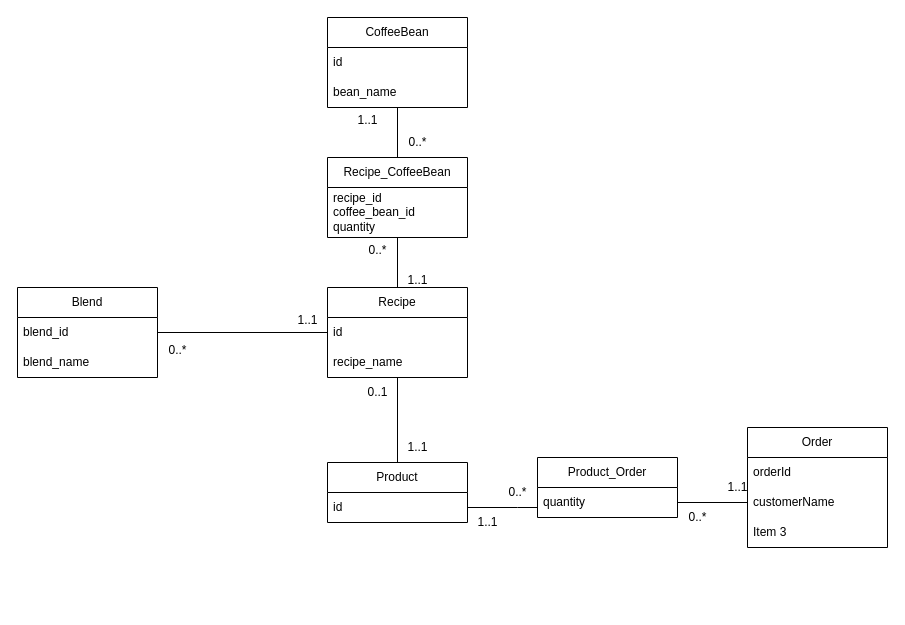
This is GlitchDatabase.drawio from Demnu/NewGlitchBackend, a draw.io file, before an edit. Source tidied: cells renumbered, new cells numbered last; positions are measured from the earlier drawing's top-left corner, leaving out a move shared by most shapes. Both pictures are drawn from the tidied source at 100%, with x=0, y=0 at pixel (17, 17).
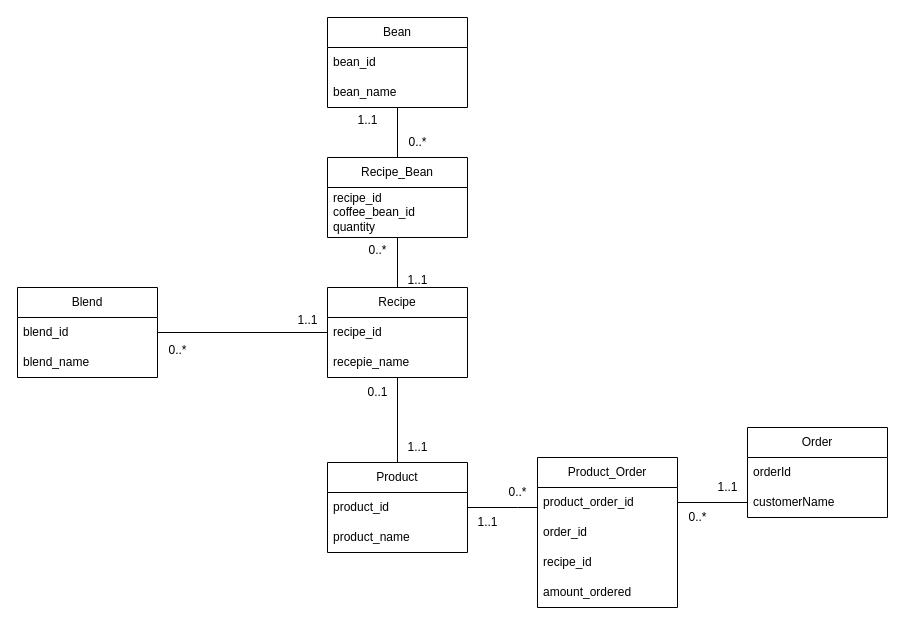
The same page after the edit.

Commit message:
update database diagram

The change refers to these unchanged cells:
```xml
<mxCell id="3" value="Recipe" style="swimlane;fontStyle=0;horizontal=1;startSize=30;whiteSpace=wrap;html=1;" parent="1" vertex="1">
  <mxGeometry x="310" y="270" width="140" height="90" as="geometry" />
</mxCell>
<mxCell id="17" value="customerName" style="text;strokeColor=none;fillColor=none;align=left;verticalAlign=middle;spacingLeft=4;spacingRight=4;overflow=hidden;points=[[0,0.5],[1,0.5]];portConstraint=eastwest;whiteSpace=wrap;html=1;" parent="15" vertex="1">
  <mxGeometry y="60" width="140" height="30" as="geometry" />
</mxCell>
<mxCell id="24" value="Blend" style="swimlane;fontStyle=0;horizontal=1;startSize=30;whiteSpace=wrap;html=1;" parent="1" vertex="1">
  <mxGeometry y="270" width="140" height="90" as="geometry" />
</mxCell>
```

Change to the diagram source:
```diff
@@
-    <mxCell id="4" value="id" style="text;strokeColor=none;fillColor=none;align=left;verticalAlign=middle;spacingLeft=4;spacingRight=4;overflow=hidden;points=[[0,0.5],[1,0.5]];portConstraint=eastwest;whiteSpace=wrap;html=1;" parent="3" vertex="1">
-      <mxGeometry y="30" width="140" height="30" as="geometry" />
-    </mxCell>
-    <mxCell id="5" value="recipe_name" style="text;strokeColor=none;fillColor=none;align=left;verticalAlign=middle;spacingLeft=4;spacingRight=4;overflow=hidden;whiteSpace=wrap;html=1;" parent="3" vertex="1">
-      <mxGeometry y="60" width="140" height="30" as="geometry" />
-    </mxCell>
-    <mxCell id="6" style="edgeStyle=orthogonalEdgeStyle;rounded=0;jettySize=auto;html=1;entryX=0.5;entryY=0;entryDx=0;entryDy=0;endArrow=none;endFill=0;" parent="1" edge="1" source="7" target="11">
-      <mxGeometry relative="1" as="geometry" />
-    </mxCell>
-    <mxCell id="7" value="CoffeeBean" style="swimlane;fontStyle=0;horizontal=1;startSize=30;whiteSpace=wrap;html=1;" parent="1" vertex="1">
-      <mxGeometry x="310" width="140" height="90" as="geometry" />
-    </mxCell>
-    <mxCell id="8" value="id" style="text;strokeColor=none;fillColor=none;align=left;verticalAlign=middle;spacingLeft=4;spacingRight=4;overflow=hidden;whiteSpace=wrap;html=1;" parent="7" vertex="1">
-      <mxGeometry y="30" width="140" height="30" as="geometry" />
-    </mxCell>
+    <mxCell id="39" value="recipe_id" style="text;strokeColor=none;fillColor=none;align=left;verticalAlign=middle;spacingLeft=4;spacingRight=4;overflow=hidden;points=[[0,0.5],[1,0.5]];portConstraint=eastwest;whiteSpace=wrap;html=1;" parent="3" vertex="1">
+      <mxGeometry y="30" width="140" height="30" as="geometry" />
+    </mxCell>
+    <mxCell id="40" value="recepie_name" style="text;strokeColor=none;fillColor=none;align=left;verticalAlign=middle;spacingLeft=4;spacingRight=4;overflow=hidden;whiteSpace=wrap;html=1;" parent="3" vertex="1">
+      <mxGeometry y="60" width="140" height="30" as="geometry" />
+    </mxCell>
+    <mxCell id="41" style="edgeStyle=orthogonalEdgeStyle;rounded=0;jettySize=auto;html=1;entryX=0.5;entryY=0;entryDx=0;entryDy=0;endArrow=none;endFill=0;" parent="1" edge="1" source="42" target="45">
+      <mxGeometry relative="1" as="geometry" />
+    </mxCell>
+    <mxCell id="42" value="Bean" style="swimlane;fontStyle=0;horizontal=1;startSize=30;whiteSpace=wrap;html=1;" parent="1" vertex="1">
+      <mxGeometry x="310" width="140" height="90" as="geometry" />
+    </mxCell>
+    <mxCell id="43" value="bean_id" style="text;strokeColor=none;fillColor=none;align=left;verticalAlign=middle;spacingLeft=4;spacingRight=4;overflow=hidden;whiteSpace=wrap;html=1;" parent="42" vertex="1">
+      <mxGeometry y="30" width="140" height="30" as="geometry" />
+    </mxCell>
-    <mxCell id="9" value="bean_name" style="text;strokeColor=none;fillColor=none;align=left;verticalAlign=middle;spacingLeft=4;spacingRight=4;overflow=hidden;whiteSpace=wrap;html=1;" parent="7" vertex="1">
+    <mxCell id="9" value="bean_name" style="text;strokeColor=none;fillColor=none;align=left;verticalAlign=middle;spacingLeft=4;spacingRight=4;overflow=hidden;whiteSpace=wrap;html=1;" parent="42" vertex="1">
       <mxGeometry y="60" width="140" height="30" as="geometry" />
     </mxCell>
-    <mxCell id="10" style="edgeStyle=orthogonalEdgeStyle;rounded=0;jettySize=auto;html=1;entryX=0.5;entryY=0;entryDx=0;entryDy=0;endArrow=none;endFill=0;" parent="1" edge="1" source="11" target="3">
-      <mxGeometry relative="1" as="geometry" />
-    </mxCell>
-    <mxCell id="11" value="Recipe_CoffeeBean" style="swimlane;fontStyle=0;horizontal=1;startSize=30;whiteSpace=wrap;html=1;" parent="1" vertex="1">
-      <mxGeometry x="310" y="140" width="140" height="80" as="geometry" />
-    </mxCell>
+    <mxCell id="44" style="edgeStyle=orthogonalEdgeStyle;rounded=0;jettySize=auto;html=1;entryX=0.5;entryY=0;entryDx=0;entryDy=0;endArrow=none;endFill=0;" parent="1" edge="1" source="45" target="3">
+      <mxGeometry relative="1" as="geometry" />
+    </mxCell>
+    <mxCell id="45" value="Recipe_Bean" style="swimlane;fontStyle=0;horizontal=1;startSize=30;whiteSpace=wrap;html=1;" parent="1" vertex="1">
+      <mxGeometry x="310" y="140" width="140" height="80" as="geometry" />
+    </mxCell>
-    <mxCell id="12" value="recipe_id&lt;br&gt;coffee_bean_id&lt;br&gt;quantity" style="text;strokeColor=none;fillColor=none;align=left;verticalAlign=middle;spacingLeft=4;spacingRight=4;overflow=hidden;whiteSpace=wrap;html=1;" parent="11" vertex="1">
+    <mxCell id="12" value="recipe_id&lt;br&gt;coffee_bean_id&lt;br&gt;quantity" style="text;strokeColor=none;fillColor=none;align=left;verticalAlign=middle;spacingLeft=4;spacingRight=4;overflow=hidden;whiteSpace=wrap;html=1;" parent="45" vertex="1">
       <mxGeometry y="30" width="140" height="50" as="geometry" />
     </mxCell>
     <mxCell id="13" value="Product" style="swimlane;fontStyle=0;horizontal=1;startSize=30;whiteSpace=wrap;html=1;" parent="1" vertex="1">
-      <mxGeometry x="310" y="445" width="140" height="60" as="geometry" />
+      <mxGeometry x="310" y="445" width="140" height="90" as="geometry" />
     </mxCell>
-    <mxCell id="14" value="id" style="text;strokeColor=none;fillColor=none;align=left;verticalAlign=middle;spacingLeft=4;spacingRight=4;overflow=hidden;points=[[0,0.5],[1,0.5]];portConstraint=eastwest;whiteSpace=wrap;html=1;" parent="13" vertex="1">
-      <mxGeometry y="30" width="140" height="30" as="geometry" />
-    </mxCell>
+    <mxCell id="46" value="product_id" style="text;strokeColor=none;fillColor=none;align=left;verticalAlign=middle;spacingLeft=4;spacingRight=4;overflow=hidden;points=[[0,0.5],[1,0.5]];portConstraint=eastwest;whiteSpace=wrap;html=1;" parent="13" vertex="1">
+      <mxGeometry y="30" width="140" height="30" as="geometry" />
+    </mxCell>
+    <mxCell id="47" value="product_name" style="text;strokeColor=none;fillColor=none;align=left;verticalAlign=middle;spacingLeft=4;spacingRight=4;overflow=hidden;whiteSpace=wrap;html=1;" parent="13" vertex="1">
+      <mxGeometry y="60" width="140" height="30" as="geometry" />
+    </mxCell>
     <mxCell id="15" value="Order" style="swimlane;fontStyle=0;horizontal=1;startSize=30;whiteSpace=wrap;html=1;" parent="1" vertex="1">
-      <mxGeometry x="730" y="410" width="140" height="120" as="geometry" />
+      <mxGeometry x="730" y="410" width="140" height="90" as="geometry" />
     </mxCell>
@@
-    <mxCell id="18" value="Item 3" style="text;strokeColor=none;fillColor=none;align=left;verticalAlign=middle;spacingLeft=4;spacingRight=4;overflow=hidden;whiteSpace=wrap;html=1;" parent="15" vertex="1">
-      <mxGeometry y="90" width="140" height="30" as="geometry" />
-    </mxCell>
-    <mxCell id="19" style="edgeStyle=orthogonalEdgeStyle;rounded=0;jettySize=auto;html=1;entryX=1;entryY=0.5;entryDx=0;entryDy=0;endArrow=none;endFill=0;" parent="1" edge="1" source="20" target="14">
-      <mxGeometry relative="1" as="geometry">
-        <Array as="points">
-          <mxPoint x="500" y="490" />
-          <mxPoint x="500" y="490" />
-        </Array>
-      </mxGeometry>
-    </mxCell>
+    <mxCell id="48" style="edgeStyle=orthogonalEdgeStyle;rounded=0;jettySize=auto;html=1;entryX=1;entryY=0.5;entryDx=0;entryDy=0;endArrow=none;endFill=0;" parent="1" edge="1" source="20" target="46">
+      <mxGeometry relative="1" as="geometry">
+        <Array as="points">
+          <mxPoint x="500" y="490" />
+          <mxPoint x="500" y="490" />
+        </Array>
+      </mxGeometry>
+    </mxCell>
     <mxCell id="20" value="Product_Order" style="swimlane;fontStyle=0;horizontal=1;startSize=30;whiteSpace=wrap;html=1;" parent="1" vertex="1">
-      <mxGeometry x="520" y="440" width="140" height="60" as="geometry" />
+      <mxGeometry x="520" y="440" width="140" height="150" as="geometry" />
     </mxCell>
-    <mxCell id="21" value="quantity" style="text;strokeColor=none;fillColor=none;align=left;verticalAlign=middle;spacingLeft=4;spacingRight=4;overflow=hidden;points=[[0,0.5],[1,0.5]];portConstraint=eastwest;whiteSpace=wrap;html=1;" parent="20" vertex="1">
-      <mxGeometry y="30" width="140" height="30" as="geometry" />
-    </mxCell>
-    <mxCell id="22" style="edgeStyle=orthogonalEdgeStyle;rounded=0;jettySize=auto;html=1;entryX=1;entryY=0.5;entryDx=0;entryDy=0;endArrow=none;endFill=0;" parent="1" edge="1" source="17" target="21">
-      <mxGeometry relative="1" as="geometry" />
-    </mxCell>
-    <mxCell id="23" style="edgeStyle=orthogonalEdgeStyle;rounded=0;jettySize=auto;html=1;entryX=0;entryY=0.5;entryDx=0;entryDy=0;endArrow=none;endFill=0;" parent="1" edge="1" source="24" target="4">
-      <mxGeometry relative="1" as="geometry" />
-    </mxCell>
+    <mxCell id="49" value="product_order_id" style="text;strokeColor=none;fillColor=none;align=left;verticalAlign=middle;spacingLeft=4;spacingRight=4;overflow=hidden;points=[[0,0.5],[1,0.5]];portConstraint=eastwest;whiteSpace=wrap;html=1;" parent="20" vertex="1">
+      <mxGeometry y="30" width="140" height="30" as="geometry" />
+    </mxCell>
+    <mxCell id="50" value="order_id" style="text;strokeColor=none;fillColor=none;align=left;verticalAlign=middle;spacingLeft=4;spacingRight=4;overflow=hidden;whiteSpace=wrap;html=1;" parent="20" vertex="1">
+      <mxGeometry y="60" width="140" height="30" as="geometry" />
+    </mxCell>
+    <mxCell id="51" value="recipe_id" style="text;strokeColor=none;fillColor=none;align=left;verticalAlign=middle;spacingLeft=4;spacingRight=4;overflow=hidden;whiteSpace=wrap;html=1;" parent="20" vertex="1">
+      <mxGeometry y="90" width="140" height="30" as="geometry" />
+    </mxCell>
+    <mxCell id="52" value="amount_ordered" style="text;strokeColor=none;fillColor=none;align=left;verticalAlign=middle;spacingLeft=4;spacingRight=4;overflow=hidden;whiteSpace=wrap;html=1;" parent="20" vertex="1">
+      <mxGeometry y="120" width="140" height="30" as="geometry" />
+    </mxCell>
+    <mxCell id="53" style="edgeStyle=orthogonalEdgeStyle;rounded=0;jettySize=auto;html=1;entryX=1;entryY=0.5;entryDx=0;entryDy=0;endArrow=none;endFill=0;" parent="1" edge="1" source="17" target="49">
+      <mxGeometry relative="1" as="geometry" />
+    </mxCell>
+    <mxCell id="54" style="edgeStyle=orthogonalEdgeStyle;rounded=0;jettySize=auto;html=1;entryX=0;entryY=0.5;entryDx=0;entryDy=0;endArrow=none;endFill=0;" parent="1" edge="1" source="24" target="39">
+      <mxGeometry relative="1" as="geometry" />
+    </mxCell>
@@
     <mxCell id="37" value="1..1" style="text;html=1;align=center;verticalAlign=middle;strokeColor=none;fillColor=none;" parent="1" vertex="1">
-      <mxGeometry x="700" y="455" width="40" height="30" as="geometry" />
+      <mxGeometry x="690" y="455" width="40" height="30" as="geometry" />
     </mxCell>
```
